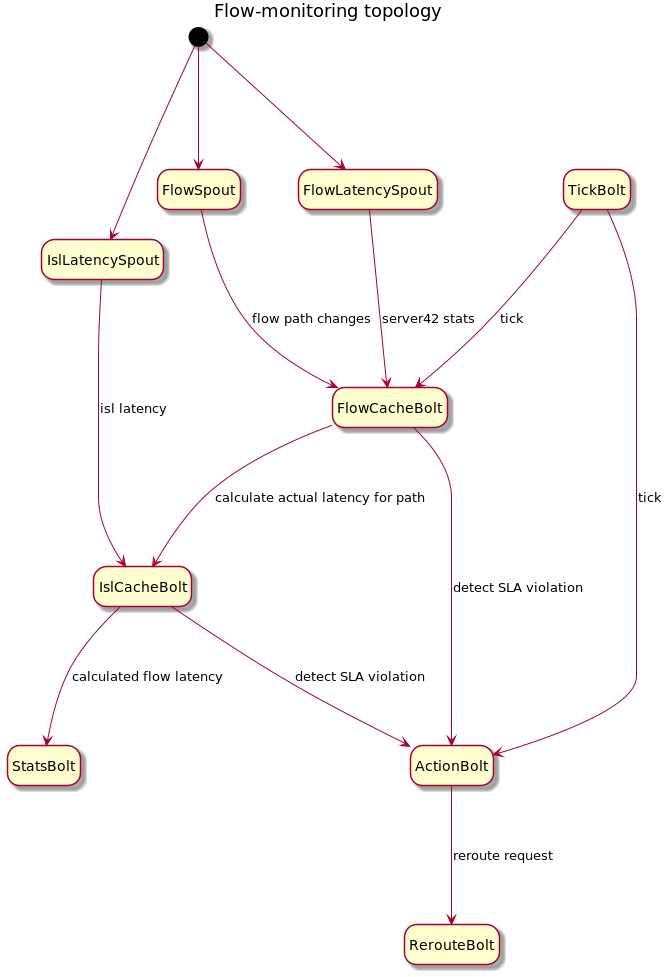
The PlantUML diagram docs/design/flow-monitoring/flow-monitoring-topology.png in telstra/open-kilda, before a commit.
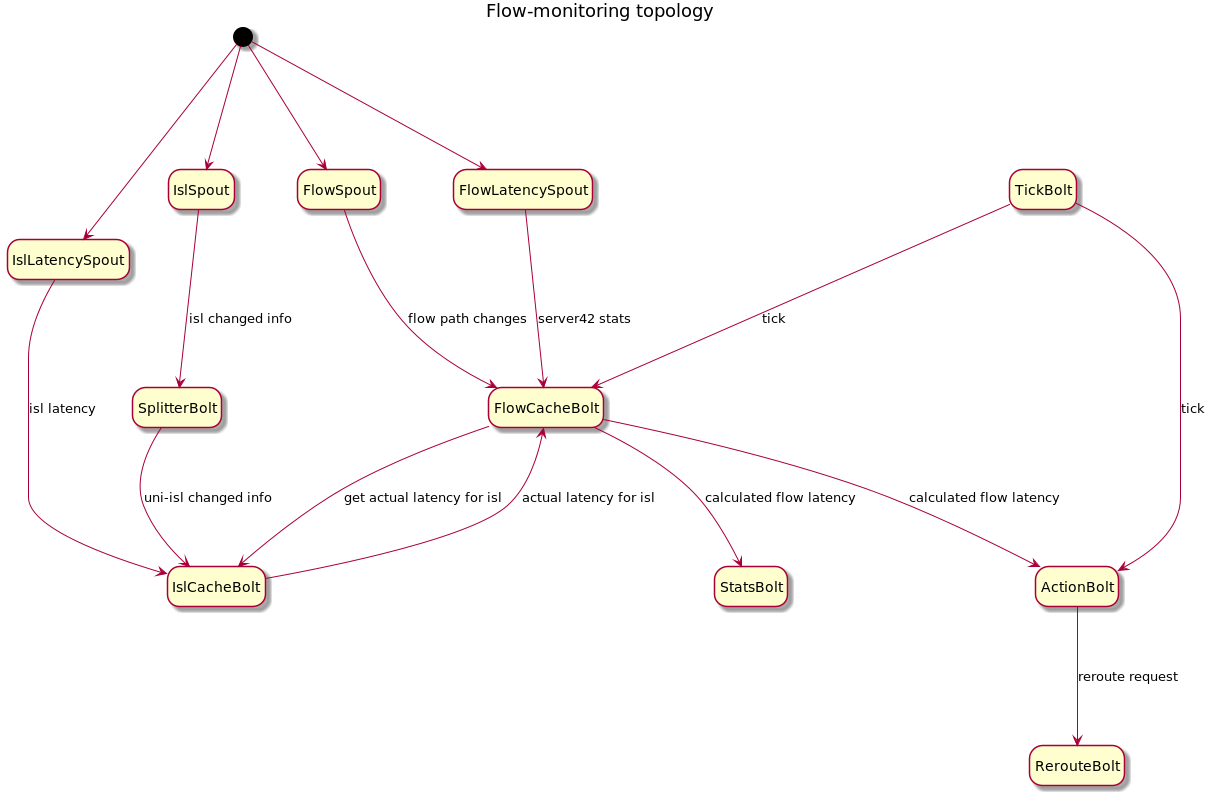
The same file after the commit.

Commit message:
Update flow-monitoring documentation

Diff of the diagram source:
```diff
@@ -5,16 +5,19 @@
 [*] ---> FlowSpout
 [*] ---> FlowLatencySpout
 [*] ---> IslLatencySpout
+[*] ---> IslSpout
 
 FlowSpout ---> FlowCacheBolt : flow path changes
 FlowLatencySpout ---> FlowCacheBolt : server42 stats
 IslLatencySpout ---> IslCacheBolt : isl latency
+IslSpout ---> SplitterBolt : isl changed info
+SplitterBolt ---> IslCacheBolt : uni-isl changed info
 TickBolt ---> FlowCacheBolt : tick
 TickBolt ---> ActionBolt : tick
-FlowCacheBolt ---> IslCacheBolt : calculate actual latency for path
-FlowCacheBolt ---> ActionBolt : detect SLA violation
-IslCacheBolt ---> ActionBolt : detect SLA violation
-IslCacheBolt ---> StatsBolt : calculated flow latency
+FlowCacheBolt ---> IslCacheBolt : get actual latency for isl
+IslCacheBolt ---> FlowCacheBolt : actual latency for isl
+FlowCacheBolt ---> ActionBolt : calculated flow latency
+FlowCacheBolt ---> StatsBolt : calculated flow latency
 ActionBolt ---> RerouteBolt : reroute request
 
 @enduml
```
